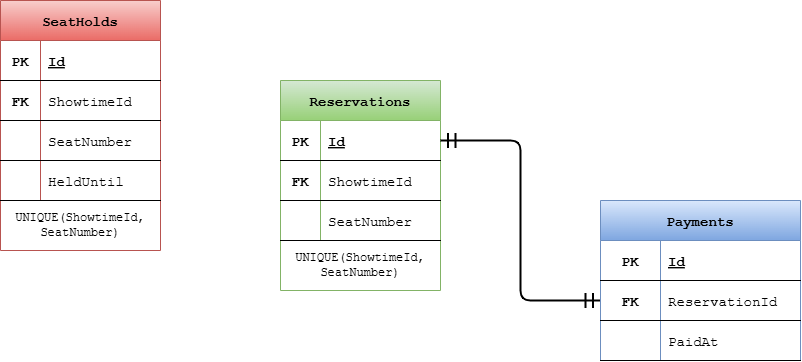
This is services/reservation-service/docs/database/reservation-service-database-relational-schema.png from mazenaly256/Cinema-Seat-Reservation-System, a draw.io export, as it was before one commit. Source tidied: cells renumbered, new cells last; positions are measured from the earlier drawing's top-left corner, leaving out a move shared by most shapes. The source it was exported from:
```xml
<mxGraphModel background="light-dark(#ffffff, #121212)">
  <root>
    <mxCell id="0" />
    <mxCell id="1" parent="0" />
    <mxCell id="2" value="Reservations" style="shape=table;startSize=40;rowLines=0;fontStyle=1;align=center;fillColor=#d5e8d4;strokeColor=#82b366;fontSize=14;gradientColor=#97d077;fontFamily=Courier New;" parent="1" vertex="1">
      <mxGeometry x="280" y="80" width="160" height="210" as="geometry" />
    </mxCell>
    <mxCell id="3" style="shape=partialRectangle;fillColor=none;points=[[0,0.5],[1,0.5]];portConstraint=eastwest;top=0;left=0;right=0;bottom=1;fontSize=14;fontFamily=Courier New;" parent="2" vertex="1">
      <mxGeometry y="40" width="160" height="40" as="geometry" />
    </mxCell>
    <mxCell id="4" value="PK" style="shape=partialRectangle;overflow=hidden;fillColor=none;top=0;left=0;bottom=0;right=0;fontStyle=1;fontSize=14;fontFamily=Courier New;" parent="3" vertex="1">
      <mxGeometry width="40" height="40" as="geometry" />
    </mxCell>
    <mxCell id="5" value="Id" style="shape=partialRectangle;overflow=hidden;fillColor=none;top=0;left=0;bottom=0;right=0;align=left;spacingLeft=6;fontStyle=5;fontSize=14;fontFamily=Courier New;" parent="3" vertex="1">
      <mxGeometry x="40" width="120" height="40" as="geometry" />
    </mxCell>
    <mxCell id="6" style="shape=partialRectangle;fillColor=none;top=0;left=0;right=0;bottom=1;fontSize=14;fontFamily=Courier New;" parent="2" vertex="1">
      <mxGeometry y="80" width="160" height="40" as="geometry" />
    </mxCell>
    <mxCell id="7" value="FK" style="shape=partialRectangle;overflow=hidden;fillColor=none;top=0;left=0;bottom=0;right=0;fontStyle=1;fontSize=14;fontFamily=Courier New;" parent="6" vertex="1">
      <mxGeometry width="40" height="40" as="geometry" />
    </mxCell>
    <mxCell id="8" value="ShowtimeId" style="shape=partialRectangle;overflow=hidden;fillColor=none;top=0;left=0;bottom=0;right=0;align=left;spacingLeft=6;fontStyle=0;fontSize=14;fontFamily=Courier New;" parent="6" vertex="1">
      <mxGeometry x="40" width="120" height="40" as="geometry" />
    </mxCell>
    <mxCell id="9" style="shape=partialRectangle;fillColor=none;top=0;left=0;right=0;bottom=1;fontSize=14;fontFamily=Courier New;" parent="2" vertex="1">
      <mxGeometry y="120" width="160" height="40" as="geometry" />
    </mxCell>
    <mxCell id="10" style="shape=partialRectangle;overflow=hidden;fillColor=none;top=0;left=0;bottom=0;right=0;fontStyle=1;fontSize=14;fontFamily=Courier New;" parent="9" vertex="1">
      <mxGeometry width="40" height="40" as="geometry" />
    </mxCell>
    <mxCell id="11" value="SeatNumber" style="shape=partialRectangle;overflow=hidden;fillColor=none;top=0;left=0;bottom=0;right=0;align=left;spacingLeft=6;fontStyle=0;fontSize=14;fontFamily=Courier New;" parent="9" vertex="1">
      <mxGeometry x="40" width="120" height="40" as="geometry" />
    </mxCell>
    <mxCell id="12" value="SeatHolds" style="shape=table;startSize=40;rowLines=0;fontStyle=1;align=center;fillColor=#f8cecc;strokeColor=#b85450;fontSize=14;gradientColor=#ea6b66;fontFamily=Courier New;" parent="1" vertex="1">
      <mxGeometry width="160" height="250" as="geometry" />
    </mxCell>
    <mxCell id="13" style="shape=partialRectangle;fillColor=none;top=0;left=0;right=0;bottom=1;fontSize=14;fontFamily=Courier New;" parent="12" vertex="1">
      <mxGeometry y="40" width="160" height="40" as="geometry" />
    </mxCell>
    <mxCell id="14" value="PK" style="shape=partialRectangle;overflow=hidden;fillColor=none;top=0;left=0;bottom=0;right=0;fontStyle=1;fontSize=14;fontFamily=Courier New;" parent="13" vertex="1">
      <mxGeometry width="40" height="40" as="geometry" />
    </mxCell>
    <mxCell id="15" value="Id" style="shape=partialRectangle;overflow=hidden;fillColor=none;top=0;left=0;bottom=0;right=0;align=left;spacingLeft=6;fontStyle=5;fontSize=14;fontFamily=Courier New;" parent="13" vertex="1">
      <mxGeometry x="40" width="120" height="40" as="geometry" />
    </mxCell>
    <mxCell id="16" style="shape=partialRectangle;fillColor=none;top=0;left=0;right=0;bottom=1;fontSize=14;fontFamily=Courier New;" parent="12" vertex="1">
      <mxGeometry y="80" width="160" height="40" as="geometry" />
    </mxCell>
    <mxCell id="17" value="FK" style="shape=partialRectangle;overflow=hidden;fillColor=none;top=0;left=0;bottom=0;right=0;fontStyle=1;fontSize=14;fontFamily=Courier New;" parent="16" vertex="1">
      <mxGeometry width="40" height="40" as="geometry" />
    </mxCell>
    <mxCell id="18" value="ShowtimeId" style="shape=partialRectangle;overflow=hidden;fillColor=none;top=0;left=0;bottom=0;right=0;align=left;spacingLeft=6;fontStyle=0;fontSize=14;fontFamily=Courier New;" parent="16" vertex="1">
      <mxGeometry x="40" width="120" height="40" as="geometry" />
    </mxCell>
    <mxCell id="19" style="shape=partialRectangle;fillColor=none;top=0;left=0;right=0;bottom=1;fontSize=14;fontFamily=Courier New;" parent="12" vertex="1">
      <mxGeometry y="120" width="160" height="40" as="geometry" />
    </mxCell>
    <mxCell id="20" style="shape=partialRectangle;overflow=hidden;fillColor=none;top=0;left=0;bottom=0;right=0;fontStyle=1;fontSize=14;fontFamily=Courier New;" parent="19" vertex="1">
      <mxGeometry width="40" height="40" as="geometry" />
    </mxCell>
    <mxCell id="21" value="SeatNumber" style="shape=partialRectangle;overflow=hidden;fillColor=none;top=0;left=0;bottom=0;right=0;align=left;spacingLeft=6;fontStyle=0;fontSize=14;fontFamily=Courier New;" parent="19" vertex="1">
      <mxGeometry x="40" width="120" height="40" as="geometry" />
    </mxCell>
    <mxCell id="22" style="shape=partialRectangle;fillColor=none;top=0;left=0;right=0;bottom=1;fontSize=14;fontFamily=Courier New;" parent="12" vertex="1">
      <mxGeometry y="160" width="160" height="40" as="geometry" />
    </mxCell>
    <mxCell id="23" style="shape=partialRectangle;overflow=hidden;fillColor=none;top=0;left=0;bottom=0;right=0;fontStyle=1;fontSize=14;fontFamily=Courier New;" parent="22" vertex="1">
      <mxGeometry width="40" height="40" as="geometry" />
    </mxCell>
    <mxCell id="24" value="HeldUntil" style="shape=partialRectangle;overflow=hidden;fillColor=none;top=0;left=0;bottom=0;right=0;align=left;spacingLeft=6;fontStyle=0;fontSize=14;fontFamily=Courier New;" parent="22" vertex="1">
      <mxGeometry x="40" width="120" height="40" as="geometry" />
    </mxCell>
    <mxCell id="25" style="edgeStyle=orthogonalEdgeStyle;rounded=1;jettySize=auto;html=1;entryX=1;entryY=0.5;entryDx=0;entryDy=0;curved=0;endArrow=ERmandOne;endFill=0;startArrow=ERmandOne;startFill=0;exitX=0;exitY=0.5;exitDx=0;exitDy=0;startSize=12;endSize=12;strokeWidth=2;fontSize=14;fontFamily=Courier New;" parent="1" edge="1" source="30" target="3">
      <mxGeometry relative="1" as="geometry" />
    </mxCell>
    <mxCell id="26" value="Payments" style="shape=table;startSize=40;rowLines=0;fontStyle=1;align=center;fillColor=#dae8fc;strokeColor=#6c8ebf;fontSize=14;gradientColor=#7ea6e0;fontFamily=Courier New;" parent="1" vertex="1">
      <mxGeometry x="600" y="200" width="200" height="160" as="geometry" />
    </mxCell>
    <mxCell id="27" style="shape=partialRectangle;fillColor=none;points=[[0,0.5],[1,0.5]];portConstraint=eastwest;top=0;left=0;right=0;bottom=1;fontSize=14;fontFamily=Courier New;" parent="26" vertex="1">
      <mxGeometry y="40" width="200" height="40" as="geometry" />
    </mxCell>
    <mxCell id="28" value="PK" style="shape=partialRectangle;overflow=hidden;fillColor=none;top=0;left=0;bottom=0;right=0;fontStyle=1;fontSize=14;fontFamily=Courier New;" parent="27" vertex="1">
      <mxGeometry width="60" height="40" as="geometry" />
    </mxCell>
    <mxCell id="29" value="Id" style="shape=partialRectangle;overflow=hidden;fillColor=none;top=0;left=0;bottom=0;right=0;align=left;spacingLeft=6;fontStyle=5;fontSize=14;fontFamily=Courier New;" parent="27" vertex="1">
      <mxGeometry x="60" width="140" height="40" as="geometry" />
    </mxCell>
    <mxCell id="30" style="shape=partialRectangle;fillColor=none;points=[[0,0.5],[1,0.5]];portConstraint=eastwest;top=0;left=0;right=0;bottom=1;fontSize=14;fontFamily=Courier New;" parent="26" vertex="1">
      <mxGeometry y="80" width="200" height="40" as="geometry" />
    </mxCell>
    <mxCell id="31" value="FK" style="shape=partialRectangle;overflow=hidden;fillColor=none;top=0;left=0;bottom=0;right=0;fontStyle=1;fontSize=14;fontFamily=Courier New;" parent="30" vertex="1">
      <mxGeometry width="60" height="40" as="geometry" />
    </mxCell>
    <mxCell id="32" value="ReservationId" style="shape=partialRectangle;overflow=hidden;fillColor=none;top=0;left=0;bottom=0;right=0;align=left;spacingLeft=6;fontStyle=0;fontSize=14;fontFamily=Courier New;" parent="30" vertex="1">
      <mxGeometry x="60" width="140" height="40" as="geometry" />
    </mxCell>
    <mxCell id="33" style="shape=partialRectangle;fillColor=none;top=0;left=0;right=0;bottom=1;fontSize=14;fontFamily=Courier New;" parent="26" vertex="1">
      <mxGeometry y="120" width="200" height="40" as="geometry" />
    </mxCell>
    <mxCell id="34" style="shape=partialRectangle;overflow=hidden;fillColor=none;top=0;left=0;bottom=0;right=0;fontStyle=1;fontSize=14;fontFamily=Courier New;" parent="33" vertex="1">
      <mxGeometry width="60" height="40" as="geometry" />
    </mxCell>
    <mxCell id="35" value="PaidAt" style="shape=partialRectangle;overflow=hidden;fillColor=none;top=0;left=0;bottom=0;right=0;align=left;spacingLeft=6;fontStyle=0;fontSize=14;fontFamily=Courier New;" parent="33" vertex="1">
      <mxGeometry x="60" width="140" height="40" as="geometry" />
    </mxCell>
    <mxCell id="36" value="UNIQUE(ShowtimeId, SeatNumber&lt;span style=&quot;background-color: transparent; color: light-dark(rgb(0, 0, 0), rgb(255, 255, 255));&quot;&gt;)&lt;/span&gt;" style="text;html=1;whiteSpace=wrap;strokeColor=none;fillColor=none;align=center;verticalAlign=middle;rounded=0;fontFamily=Courier New;" parent="1" vertex="1">
      <mxGeometry y="210" width="160" height="30" as="geometry" />
    </mxCell>
    <mxCell id="37" value="UNIQUE(ShowtimeId, SeatNumber&lt;span style=&quot;background-color: transparent; color: light-dark(rgb(0, 0, 0), rgb(255, 255, 255));&quot;&gt;)&lt;/span&gt;" style="text;html=1;whiteSpace=wrap;strokeColor=none;fillColor=none;align=center;verticalAlign=middle;rounded=0;fontFamily=Courier New;" parent="1" vertex="1">
      <mxGeometry x="280" y="250" width="160" height="30" as="geometry" />
    </mxCell>
  </root>
</mxGraphModel>
```
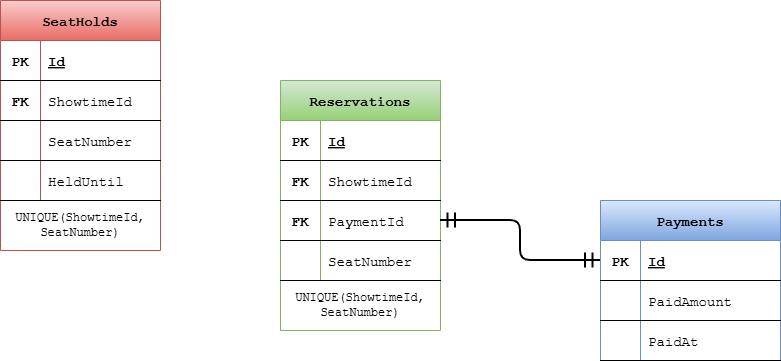
Above is the later version.

Commit message:
docs: update the database relational schema and the requirements README of the reservation service, and add api documentation for reservation service, and update movie-service showtimes API docs

What changed in the source:
```diff
@@ -3,7 +3,7 @@
     <mxCell id="0" />
     <mxCell id="1" parent="0" />
     <mxCell id="2" value="Reservations" style="shape=table;startSize=40;rowLines=0;fontStyle=1;align=center;fillColor=#d5e8d4;strokeColor=#82b366;fontSize=14;gradientColor=#97d077;fontFamily=Courier New;" parent="1" vertex="1">
-      <mxGeometry x="280" y="80" width="160" height="210" as="geometry" />
+      <mxGeometry x="280" y="80" width="160" height="250" as="geometry" />
     </mxCell>
     <mxCell id="3" style="shape=partialRectangle;fillColor=none;points=[[0,0.5],[1,0.5]];portConstraint=eastwest;top=0;left=0;right=0;bottom=1;fontSize=14;fontFamily=Courier New;" parent="2" vertex="1">
       <mxGeometry y="40" width="160" height="40" as="geometry" />
@@ -23,8 +23,17 @@
     <mxCell id="8" value="ShowtimeId" style="shape=partialRectangle;overflow=hidden;fillColor=none;top=0;left=0;bottom=0;right=0;align=left;spacingLeft=6;fontStyle=0;fontSize=14;fontFamily=Courier New;" parent="6" vertex="1">
       <mxGeometry x="40" width="120" height="40" as="geometry" />
     </mxCell>
+    <mxCell id="38" style="shape=partialRectangle;fillColor=none;points=[[0,0.5],[1,0.5]];portConstraint=eastwest;top=0;left=0;right=0;bottom=1;fontSize=14;fontFamily=Courier New;" parent="2" vertex="1">
+      <mxGeometry y="120" width="160" height="40" as="geometry" />
+    </mxCell>
+    <mxCell id="39" value="FK" style="shape=partialRectangle;overflow=hidden;fillColor=none;top=0;left=0;bottom=0;right=0;fontStyle=1;fontSize=14;fontFamily=Courier New;" parent="38" vertex="1">
+      <mxGeometry width="40" height="40" as="geometry" />
+    </mxCell>
+    <mxCell id="40" value="PaymentId" style="shape=partialRectangle;overflow=hidden;fillColor=none;top=0;left=0;bottom=0;right=0;align=left;spacingLeft=6;fontStyle=0;fontSize=14;fontFamily=Courier New;" parent="38" vertex="1">
+      <mxGeometry x="40" width="120" height="40" as="geometry" />
+    </mxCell>
     <mxCell id="9" style="shape=partialRectangle;fillColor=none;top=0;left=0;right=0;bottom=1;fontSize=14;fontFamily=Courier New;" parent="2" vertex="1">
-      <mxGeometry y="120" width="160" height="40" as="geometry" />
+      <mxGeometry y="160" width="160" height="40" as="geometry" />
     </mxCell>
     <mxCell id="10" style="shape=partialRectangle;overflow=hidden;fillColor=none;top=0;left=0;bottom=0;right=0;fontStyle=1;fontSize=14;fontFamily=Courier New;" parent="9" vertex="1">
       <mxGeometry width="40" height="40" as="geometry" />
@@ -71,44 +80,44 @@
     <mxCell id="24" value="HeldUntil" style="shape=partialRectangle;overflow=hidden;fillColor=none;top=0;left=0;bottom=0;right=0;align=left;spacingLeft=6;fontStyle=0;fontSize=14;fontFamily=Courier New;" parent="22" vertex="1">
       <mxGeometry x="40" width="120" height="40" as="geometry" />
     </mxCell>
-    <mxCell id="25" style="edgeStyle=orthogonalEdgeStyle;rounded=1;jettySize=auto;html=1;entryX=1;entryY=0.5;entryDx=0;entryDy=0;curved=0;endArrow=ERmandOne;endFill=0;startArrow=ERmandOne;startFill=0;exitX=0;exitY=0.5;exitDx=0;exitDy=0;startSize=12;endSize=12;strokeWidth=2;fontSize=14;fontFamily=Courier New;" parent="1" edge="1" source="30" target="3">
+    <mxCell id="25" style="edgeStyle=orthogonalEdgeStyle;rounded=1;jettySize=auto;html=1;entryX=1;entryY=0.5;entryDx=0;entryDy=0;curved=0;endArrow=ERmandOne;endFill=0;startArrow=ERmandOne;startFill=0;exitX=0;exitY=0.5;exitDx=0;exitDy=0;startSize=12;endSize=12;strokeWidth=2;fontSize=14;fontFamily=Courier New;" parent="1" edge="1" source="27" target="38">
       <mxGeometry relative="1" as="geometry" />
     </mxCell>
     <mxCell id="26" value="Payments" style="shape=table;startSize=40;rowLines=0;fontStyle=1;align=center;fillColor=#dae8fc;strokeColor=#6c8ebf;fontSize=14;gradientColor=#7ea6e0;fontFamily=Courier New;" parent="1" vertex="1">
-      <mxGeometry x="600" y="200" width="200" height="160" as="geometry" />
+      <mxGeometry x="600" y="200" width="180" height="160" as="geometry" />
     </mxCell>
     <mxCell id="27" style="shape=partialRectangle;fillColor=none;points=[[0,0.5],[1,0.5]];portConstraint=eastwest;top=0;left=0;right=0;bottom=1;fontSize=14;fontFamily=Courier New;" parent="26" vertex="1">
-      <mxGeometry y="40" width="200" height="40" as="geometry" />
+      <mxGeometry y="40" width="180" height="40" as="geometry" />
     </mxCell>
     <mxCell id="28" value="PK" style="shape=partialRectangle;overflow=hidden;fillColor=none;top=0;left=0;bottom=0;right=0;fontStyle=1;fontSize=14;fontFamily=Courier New;" parent="27" vertex="1">
-      <mxGeometry width="60" height="40" as="geometry" />
+      <mxGeometry width="40" height="40" as="geometry" />
     </mxCell>
     <mxCell id="29" value="Id" style="shape=partialRectangle;overflow=hidden;fillColor=none;top=0;left=0;bottom=0;right=0;align=left;spacingLeft=6;fontStyle=5;fontSize=14;fontFamily=Courier New;" parent="27" vertex="1">
-      <mxGeometry x="60" width="140" height="40" as="geometry" />
+      <mxGeometry x="40" width="140" height="40" as="geometry" />
     </mxCell>
     <mxCell id="30" style="shape=partialRectangle;fillColor=none;points=[[0,0.5],[1,0.5]];portConstraint=eastwest;top=0;left=0;right=0;bottom=1;fontSize=14;fontFamily=Courier New;" parent="26" vertex="1">
-      <mxGeometry y="80" width="200" height="40" as="geometry" />
+      <mxGeometry y="80" width="180" height="40" as="geometry" />
     </mxCell>
-    <mxCell id="31" value="FK" style="shape=partialRectangle;overflow=hidden;fillColor=none;top=0;left=0;bottom=0;right=0;fontStyle=1;fontSize=14;fontFamily=Courier New;" parent="30" vertex="1">
-      <mxGeometry width="60" height="40" as="geometry" />
+    <mxCell id="31" style="shape=partialRectangle;overflow=hidden;fillColor=none;top=0;left=0;bottom=0;right=0;fontStyle=1;fontSize=14;fontFamily=Courier New;" parent="30" vertex="1">
+      <mxGeometry width="40" height="40" as="geometry" />
     </mxCell>
-    <mxCell id="32" value="ReservationId" style="shape=partialRectangle;overflow=hidden;fillColor=none;top=0;left=0;bottom=0;right=0;align=left;spacingLeft=6;fontStyle=0;fontSize=14;fontFamily=Courier New;" parent="30" vertex="1">
-      <mxGeometry x="60" width="140" height="40" as="geometry" />
+    <mxCell id="32" value="PaidAmount" style="shape=partialRectangle;overflow=hidden;fillColor=none;top=0;left=0;bottom=0;right=0;align=left;spacingLeft=6;fontStyle=0;fontSize=14;fontFamily=Courier New;" parent="30" vertex="1">
+      <mxGeometry x="40" width="140" height="40" as="geometry" />
     </mxCell>
     <mxCell id="33" style="shape=partialRectangle;fillColor=none;top=0;left=0;right=0;bottom=1;fontSize=14;fontFamily=Courier New;" parent="26" vertex="1">
-      <mxGeometry y="120" width="200" height="40" as="geometry" />
+      <mxGeometry y="120" width="180" height="40" as="geometry" />
     </mxCell>
     <mxCell id="34" style="shape=partialRectangle;overflow=hidden;fillColor=none;top=0;left=0;bottom=0;right=0;fontStyle=1;fontSize=14;fontFamily=Courier New;" parent="33" vertex="1">
-      <mxGeometry width="60" height="40" as="geometry" />
+      <mxGeometry width="40" height="40" as="geometry" />
     </mxCell>
     <mxCell id="35" value="PaidAt" style="shape=partialRectangle;overflow=hidden;fillColor=none;top=0;left=0;bottom=0;right=0;align=left;spacingLeft=6;fontStyle=0;fontSize=14;fontFamily=Courier New;" parent="33" vertex="1">
-      <mxGeometry x="60" width="140" height="40" as="geometry" />
+      <mxGeometry x="40" width="140" height="40" as="geometry" />
     </mxCell>
     <mxCell id="36" value="UNIQUE(ShowtimeId, SeatNumber&lt;span style=&quot;background-color: transparent; color: light-dark(rgb(0, 0, 0), rgb(255, 255, 255));&quot;&gt;)&lt;/span&gt;" style="text;html=1;whiteSpace=wrap;strokeColor=none;fillColor=none;align=center;verticalAlign=middle;rounded=0;fontFamily=Courier New;" parent="1" vertex="1">
       <mxGeometry y="210" width="160" height="30" as="geometry" />
     </mxCell>
     <mxCell id="37" value="UNIQUE(ShowtimeId, SeatNumber&lt;span style=&quot;background-color: transparent; color: light-dark(rgb(0, 0, 0), rgb(255, 255, 255));&quot;&gt;)&lt;/span&gt;" style="text;html=1;whiteSpace=wrap;strokeColor=none;fillColor=none;align=center;verticalAlign=middle;rounded=0;fontFamily=Courier New;" parent="1" vertex="1">
-      <mxGeometry x="280" y="250" width="160" height="30" as="geometry" />
+      <mxGeometry x="280" y="290" width="160" height="30" as="geometry" />
     </mxCell>
   </root>
 </mxGraphModel>
```
